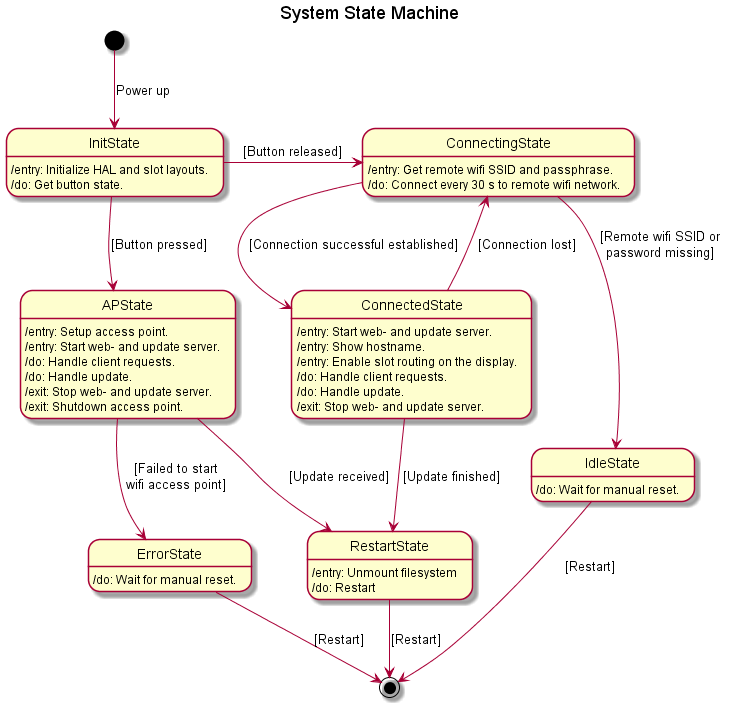
Before: doc/design/system_state_machine.png, a diagram exported from PlantUML (BlueAndi/Pixelix).
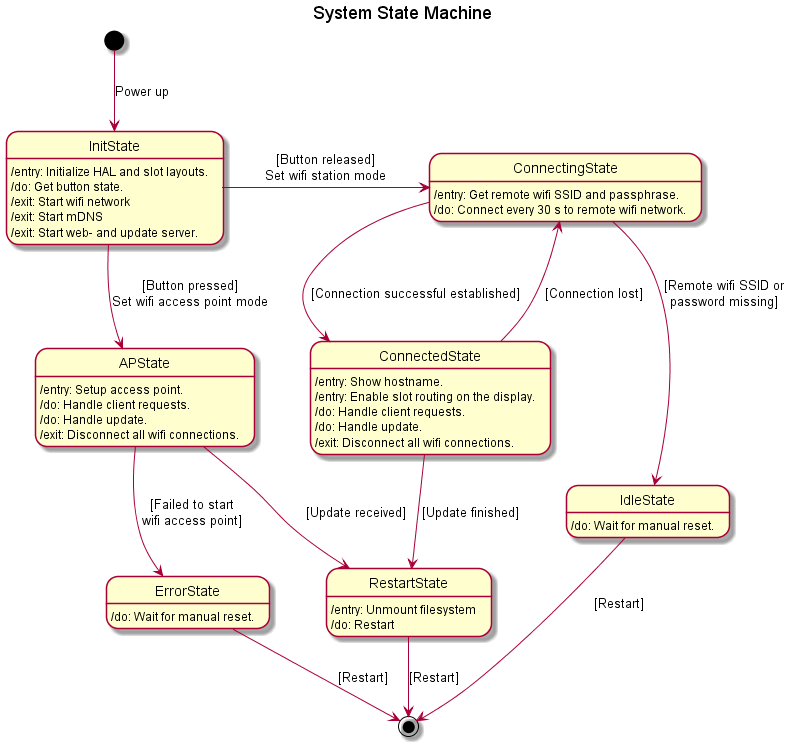
After the change.

Commit message:
System state machine design updated.

What changed in the source:
```diff
@@ -4,25 +4,25 @@
 
 InitState: /entry: Initialize HAL and slot layouts.
 InitState: /do: Get button state.
+InitState: /exit: Start wifi network
+InitState: /exit: Start mDNS
+InitState: /exit: Start web- and update server.
 
 APState: /entry: Setup access point.
-APState: /entry: Start web- and update server.
 APState: /do: Handle client requests.
 APState: /do: Handle update.
-APState: /exit: Stop web- and update server.
-APState: /exit: Shutdown access point.
+APState: /exit: Disconnect all wifi connections.
 
 IdleState: /do: Wait for manual reset.
 
 ConnectingState: /entry: Get remote wifi SSID and passphrase.
 ConnectingState: /do: Connect every 30 s to remote wifi network.
 
-ConnectedState: /entry: Start web- and update server.
 ConnectedState: /entry: Show hostname.
 ConnectedState: /entry: Enable slot routing on the display.
 ConnectedState: /do: Handle client requests.
 ConnectedState: /do: Handle update.
-ConnectedState: /exit: Stop web- and update server.
+ConnectedState: /exit: Disconnect all wifi connections.
 
 ErrorState: /do: Wait for manual reset.
 
@@ -30,8 +30,8 @@
 RestartState: /do: Restart
 
 [*] --> InitState: Power up
-InitState --> APState: [Button pressed]
-InitState -> ConnectingState: [Button released]
+InitState --> APState: [Button pressed]\nSet wifi access point mode
+InitState -> ConnectingState: [Button released]\nSet wifi station mode
 APState --> ErrorState: [Failed to start\nwifi access point]
 APState --> RestartState: [Update received]
 ConnectingState --> IdleState: [Remote wifi SSID or\npassword missing]
```
